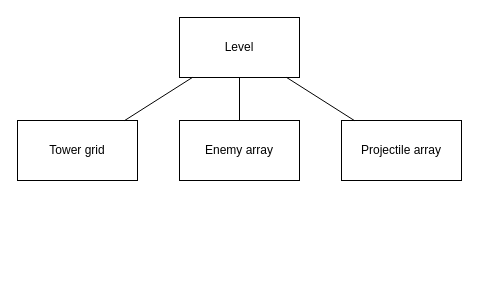
Before: docs/level-structure.drawio in bi4242/tower-defense, a draw.io diagram. Source tidied: cells renumbered, new cells numbered last; positions are measured from the earlier drawing's top-left corner, leaving out a move shared by most shapes. Both pictures are drawn from the tidied source at 100%, with x=0, y=0 at pixel (17, 17).
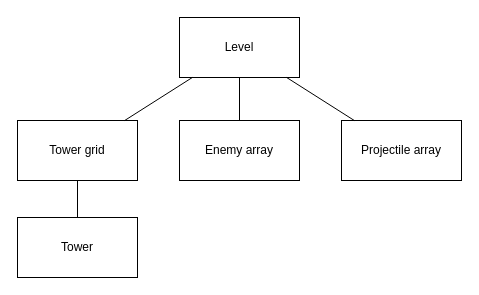
Above is the later version.

Commit message (it also covers changes not shown here):
Draw text, add tower grid and level config

Change to the diagram source:
```diff
@@
 <mxGraphModel>
   <root>
     <mxCell id="0" />
     <mxCell id="1" parent="0" />
     <mxCell id="2" value="Level" style="rounded=0;whiteSpace=wrap;html=1;" parent="1" vertex="1">
       <mxGeometry x="162" width="120" height="60" as="geometry" />
     </mxCell>
     <mxCell id="3" value="Tower grid" style="rounded=0;whiteSpace=wrap;html=1;" parent="1" vertex="1">
       <mxGeometry y="103" width="120" height="60" as="geometry" />
     </mxCell>
     <mxCell id="4" value="Enemy array" style="rounded=0;whiteSpace=wrap;html=1;" parent="1" vertex="1">
       <mxGeometry x="162" y="103" width="120" height="60" as="geometry" />
     </mxCell>
     <mxCell id="5" value="Projectile array" style="rounded=0;whiteSpace=wrap;html=1;" parent="1" vertex="1">
       <mxGeometry x="324" y="103" width="120" height="60" as="geometry" />
     </mxCell>
     <mxCell id="6" style="endArrow=none;html=1;rounded=0;" parent="1" edge="1" source="3" target="2">
       <mxGeometry relative="1" as="geometry" />
     </mxCell>
     <mxCell id="7" style="endArrow=none;html=1;rounded=0;" parent="1" edge="1" source="4" target="2">
       <mxGeometry relative="1" as="geometry" />
     </mxCell>
     <mxCell id="8" style="endArrow=none;html=1;rounded=0;" parent="1" edge="1" source="2" target="5">
       <mxGeometry relative="1" as="geometry" />
     </mxCell>
+    <mxCell id="9" value="Tower" style="rounded=0;whiteSpace=wrap;html=1;" parent="1" vertex="1">
+      <mxGeometry y="200" width="120" height="60" as="geometry" />
+    </mxCell>
+    <mxCell id="10" style="endArrow=none;html=1;rounded=0;" parent="1" edge="1" source="9" target="3">
+      <mxGeometry relative="1" as="geometry" />
+    </mxCell>
   </root>
 </mxGraphModel>
```
